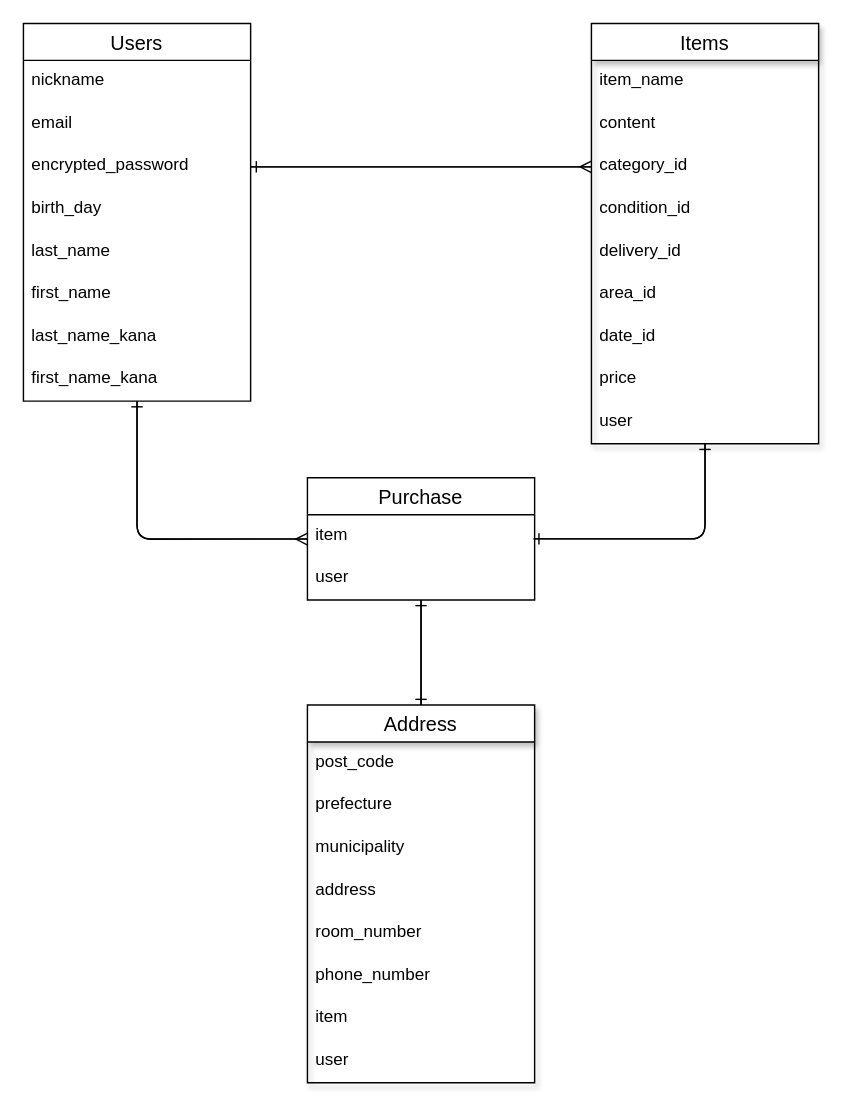
tamagokakepiza/furima-36859 keeps this draw.io diagram as ER.dio. Above is the earlier version. Source tidied: cells renumbered, new cells numbered last; positions are measured from the earlier drawing's top-left corner, leaving out a move shared by most shapes. Both pictures are drawn from the tidied source at 142%, with x=0, y=0 at pixel (23, 23).
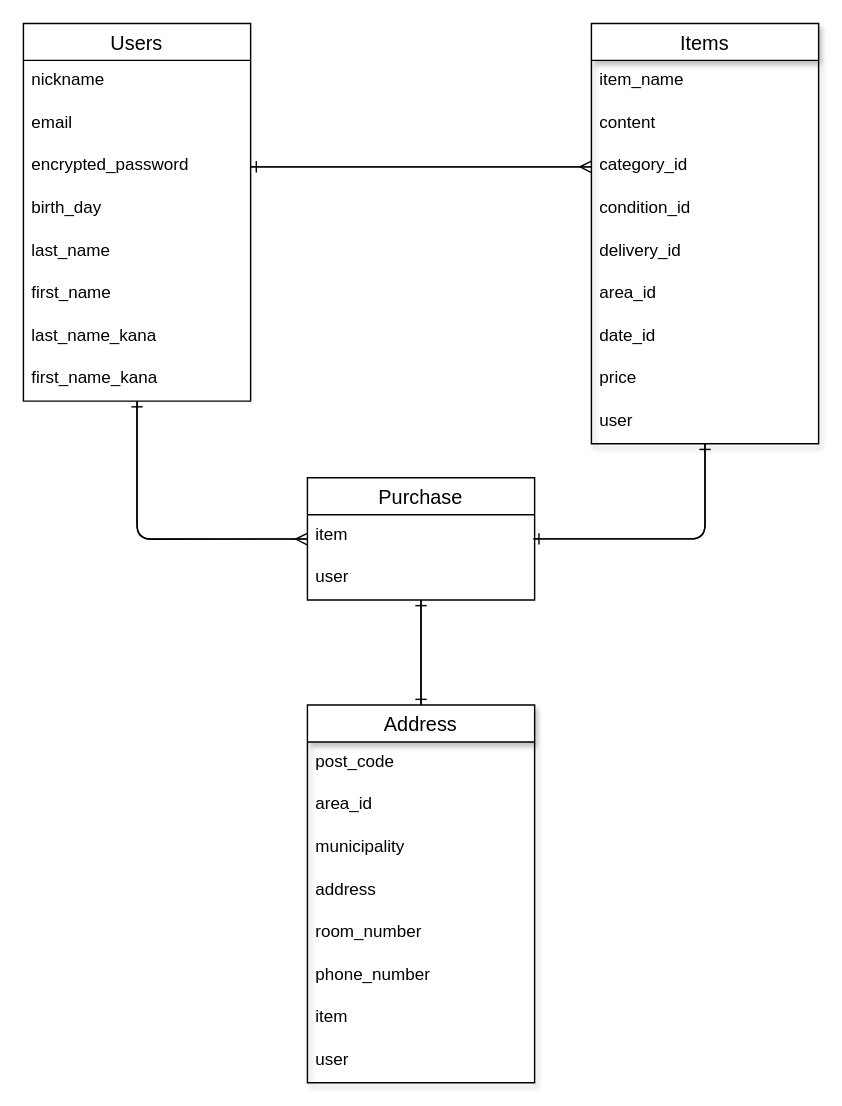
The same page after the edit.

Commit message (it also covers changes not shown here):
データベース設計のレビューからの再々度修正

The change refers to these unchanged cells:
```xml
<mxCell id="13" value="Address" style="swimlane;fontStyle=0;horizontal=1;startSize=26;align=center;fontSize=14;rounded=0;shadow=1;" parent="1" vertex="1">
  <mxGeometry x="200" y="480" width="160" height="266" as="geometry" />
</mxCell>
```

Change to the diagram source:
```diff
@@
-    <mxCell id="15" value="prefecture" style="text;strokeColor=none;fillColor=none;spacingLeft=4;spacingRight=4;overflow=hidden;fontSize=12;rounded=0;shadow=1;" parent="13" vertex="1">
+    <mxCell id="15" value="area_id" style="text;strokeColor=none;fillColor=none;spacingLeft=4;spacingRight=4;overflow=hidden;fontSize=12;rounded=0;shadow=1;" parent="13" vertex="1">
       <mxGeometry y="56" width="160" height="30" as="geometry" />
     </mxCell>
```
